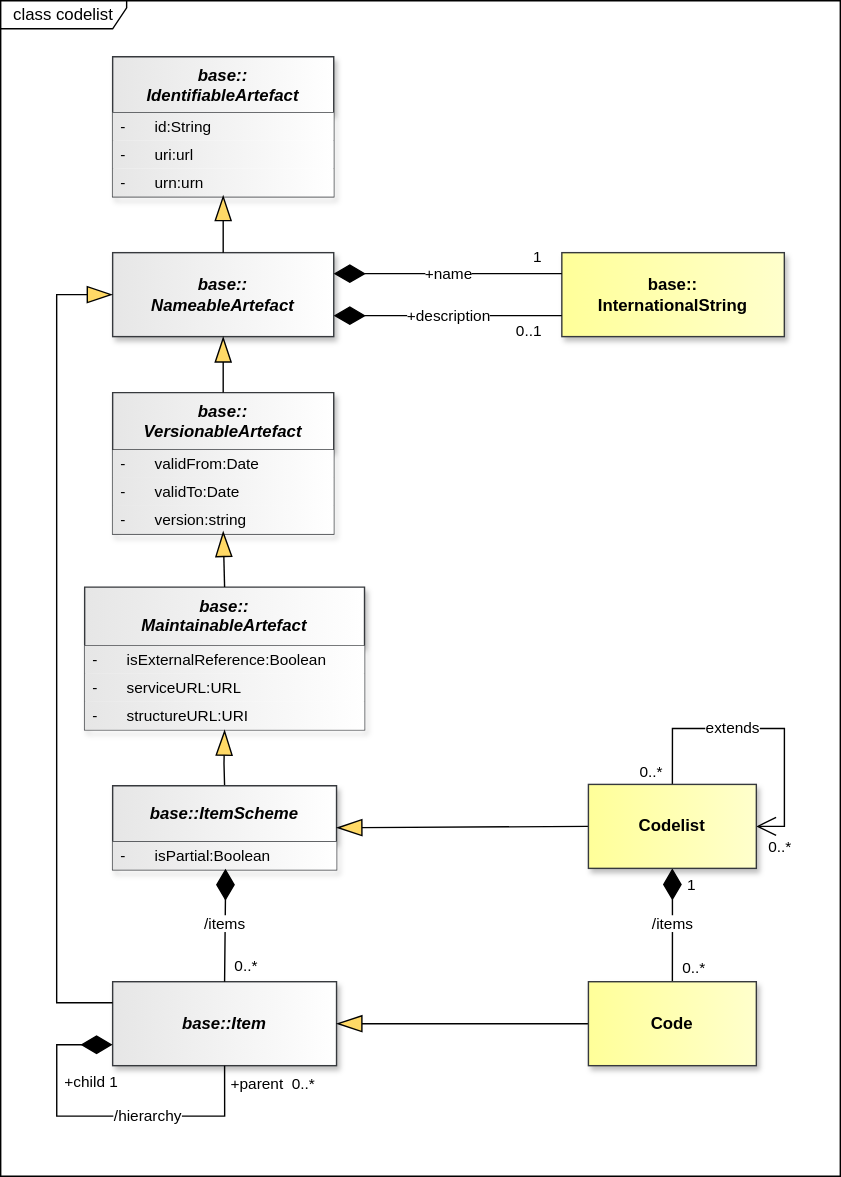
This is docs/information_model/media/sdmx_codelist-codelist.svg from dosse/sdmx-im, a draw.io export, as it was before one commit. Source tidied: cells renumbered, new cells last; positions are measured from the earlier drawing's top-left corner, leaving out a move shared by most shapes.
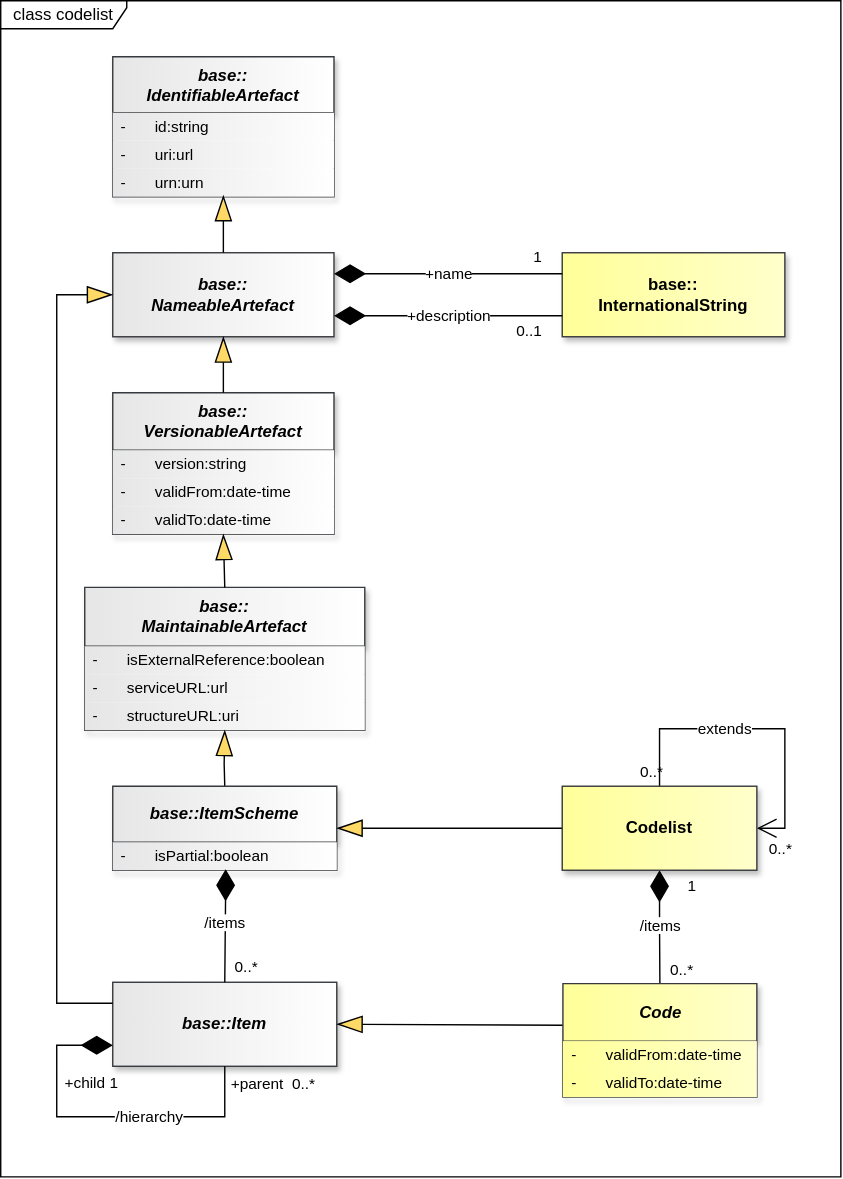
After the change.

Commit message:
https://github.com/sdmx-twg/sdmx-im/issues/40

The edit, as a diff of the source:
```diff
@@ -65,7 +65,7 @@
     <mxCell id="22" value="base::&lt;br&gt;IdentifiableArtefact" style="swimlane;fontStyle=3;align=center;verticalAlign=top;horizontal=1;startSize=40;whiteSpace=wrap;html=1;strokeColor=#36393d;fontFamily=Helvetica;fontSize=12;fillColor=light-dark(#E6E6E6,#E6E6E6);gradientDirection=east;gradientColor=light-dark(#FFFFFF,#FFFFFF);fontColor=light-dark(#000000,#000000);shadow=1;" parent="1" vertex="1">
       <mxGeometry x="80" y="40" width="158" height="100" as="geometry" />
     </mxCell>
-    <mxCell id="23" value="-&lt;span style=&quot;white-space: pre;&quot;&gt;&#9;&lt;/span&gt;id:String" style="text;strokeColor=none;fillColor=light-dark(#E6E6E6,#E6E6E6);align=left;verticalAlign=middle;spacingLeft=4;spacingRight=4;overflow=hidden;whiteSpace=wrap;html=1;fontFamily=Helvetica;fontSize=11;fontColor=light-dark(#000000,#000000);fontStyle=0;gradientColor=light-dark(#FFFFFF,#FFFFFF);gradientDirection=east;" parent="22" vertex="1">
+    <mxCell id="23" value="-&lt;span style=&quot;white-space: pre;&quot;&gt;&#9;&lt;/span&gt;id:string" style="text;strokeColor=none;fillColor=light-dark(#E6E6E6,#E6E6E6);align=left;verticalAlign=middle;spacingLeft=4;spacingRight=4;overflow=hidden;whiteSpace=wrap;html=1;fontFamily=Helvetica;fontSize=11;fontColor=light-dark(#000000,#000000);fontStyle=0;gradientColor=light-dark(#FFFFFF,#FFFFFF);gradientDirection=east;" parent="22" vertex="1">
       <mxGeometry y="40" width="158" height="20" as="geometry" />
     </mxCell>
     <mxCell id="24" value="-&lt;span style=&quot;white-space: pre;&quot;&gt;&#9;&lt;/span&gt;uri:url" style="text;strokeColor=none;fillColor=light-dark(#E6E6E6,#E6E6E6);align=left;verticalAlign=middle;spacingLeft=4;spacingRight=4;overflow=hidden;whiteSpace=wrap;html=1;fontFamily=Helvetica;fontSize=11;fontColor=light-dark(#000000,#000000);fontStyle=0;gradientColor=light-dark(#FFFFFF,#FFFFFF);gradientDirection=east;" parent="22" vertex="1">
@@ -86,15 +86,15 @@
     <mxCell id="29" value="base::&lt;br&gt;VersionableArtefact" style="swimlane;fontStyle=3;align=center;verticalAlign=top;horizontal=1;startSize=41;whiteSpace=wrap;html=1;strokeColor=#36393d;fontFamily=Helvetica;fontSize=12;fillColor=light-dark(#E6E6E6,#E6E6E6);gradientDirection=east;gradientColor=light-dark(#FFFFFF,#FFFFFF);fontColor=light-dark(#000000,#000000);shadow=1;" parent="1" vertex="1">
       <mxGeometry x="80" y="280" width="158" height="101" as="geometry" />
     </mxCell>
+    <mxCell id="32" value="-&lt;span style=&quot;white-space: pre;&quot;&gt;&#9;&lt;/span&gt;version:string" style="text;strokeColor=none;fillColor=light-dark(#E6E6E6,#E6E6E6);align=left;verticalAlign=middle;spacingLeft=4;spacingRight=4;overflow=hidden;points=[[0,0.5],[1,0.5]];portConstraint=eastwest;whiteSpace=wrap;html=1;fontFamily=Helvetica;fontSize=11;fontColor=light-dark(#000000,#000000);fontStyle=0;gradientColor=light-dark(#FFFFFF,#FFFFFF);gradientDirection=east;" parent="29" vertex="1">
+      <mxGeometry y="41" width="158" height="20" as="geometry" />
+    </mxCell>
-    <mxCell id="30" value="-&lt;span style=&quot;white-space: pre;&quot;&gt;&#9;&lt;/span&gt;validFrom:Date" style="text;strokeColor=none;fillColor=light-dark(#E6E6E6,#E6E6E6);align=left;verticalAlign=middle;spacingLeft=4;spacingRight=4;overflow=hidden;whiteSpace=wrap;html=1;fontFamily=Helvetica;fontSize=11;fontColor=light-dark(#000000,#000000);fontStyle=0;gradientColor=light-dark(#FFFFFF,#FFFFFF);gradientDirection=east;" parent="29" vertex="1">
-      <mxGeometry y="41" width="158" height="20" as="geometry" />
+    <mxCell id="30" value="-&lt;span style=&quot;white-space: pre;&quot;&gt;&#9;&lt;/span&gt;validFrom:date-time" style="text;strokeColor=none;fillColor=light-dark(#E6E6E6,#E6E6E6);align=left;verticalAlign=middle;spacingLeft=4;spacingRight=4;overflow=hidden;whiteSpace=wrap;html=1;fontFamily=Helvetica;fontSize=11;fontColor=light-dark(#000000,#000000);fontStyle=0;gradientColor=light-dark(#FFFFFF,#FFFFFF);gradientDirection=east;" parent="29" vertex="1">
+      <mxGeometry y="61" width="158" height="20" as="geometry" />
     </mxCell>
-    <mxCell id="31" value="-&lt;span style=&quot;white-space: pre;&quot;&gt;&#9;&lt;/span&gt;validTo:Date" style="text;strokeColor=none;fillColor=light-dark(#E6E6E6,#E6E6E6);align=left;verticalAlign=middle;spacingLeft=4;spacingRight=4;overflow=hidden;whiteSpace=wrap;html=1;fontFamily=Helvetica;fontSize=11;fontColor=light-dark(#000000,#000000);fontStyle=0;gradientColor=light-dark(#FFFFFF,#FFFFFF);gradientDirection=east;" parent="29" vertex="1">
-      <mxGeometry y="61" width="158" height="20" as="geometry" />
+    <mxCell id="31" value="-&lt;span style=&quot;white-space: pre;&quot;&gt;&#9;&lt;/span&gt;validTo:date-time" style="text;strokeColor=none;fillColor=light-dark(#E6E6E6,#E6E6E6);align=left;verticalAlign=middle;spacingLeft=4;spacingRight=4;overflow=hidden;whiteSpace=wrap;html=1;fontFamily=Helvetica;fontSize=11;fontColor=light-dark(#000000,#000000);fontStyle=0;gradientColor=light-dark(#FFFFFF,#FFFFFF);gradientDirection=east;" parent="29" vertex="1">
+      <mxGeometry y="81" width="158" height="20" as="geometry" />
     </mxCell>
-    <mxCell id="32" value="-&lt;span style=&quot;white-space: pre;&quot;&gt;&#9;&lt;/span&gt;version:string" style="text;strokeColor=none;fillColor=light-dark(#E6E6E6,#E6E6E6);align=left;verticalAlign=middle;spacingLeft=4;spacingRight=4;overflow=hidden;points=[[0,0.5],[1,0.5]];portConstraint=eastwest;whiteSpace=wrap;html=1;fontFamily=Helvetica;fontSize=11;fontColor=light-dark(#000000,#000000);fontStyle=0;gradientColor=light-dark(#FFFFFF,#FFFFFF);gradientDirection=east;" parent="29" vertex="1">
-      <mxGeometry y="81" width="158" height="20" as="geometry" />
-    </mxCell>
     <mxCell id="33" style="endArrow=blockThin;endSize=16;endFill=1;html=1;rounded=0;entryX=0.5;entryY=1;entryDx=0;entryDy=0;exitX=0.5;exitY=0;exitDx=0;exitDy=0;startFill=0;endFillColor=light-dark(#FFD966,#FFD966);strokeColor=light-dark(#000000,#FFFFFF);startFillColor=light-dark(#000000,#FFFFFF);labelBackgroundColor=none;labelBorderColor=light-dark(#000000,#FFFFFF);" parent="1" edge="1" source="29" target="27">
       <mxGeometry relative="1" as="geometry" />
     </mxCell>
@@ -112,16 +112,16 @@
     <mxCell id="37" value="base::&lt;br&gt;MaintainableArtefact" style="swimlane;fontStyle=3;align=center;verticalAlign=top;horizontal=1;startSize=42;whiteSpace=wrap;html=1;strokeColor=#36393d;fontFamily=Helvetica;fontSize=12;fillColor=light-dark(#E6E6E6,#E6E6E6);gradientDirection=east;gradientColor=light-dark(#FFFFFF,#FFFFFF);fontColor=light-dark(#000000,#000000);shadow=1;" parent="1" vertex="1">
       <mxGeometry x="60" y="419" width="200" height="102" as="geometry" />
     </mxCell>
-    <mxCell id="38" value="-&lt;span style=&quot;white-space: pre;&quot;&gt;&#9;&lt;/span&gt;isExternalReference:Boolean" style="text;strokeColor=none;fillColor=light-dark(#E6E6E6,#E6E6E6);align=left;verticalAlign=middle;spacingLeft=4;spacingRight=4;overflow=hidden;whiteSpace=wrap;html=1;fontFamily=Helvetica;fontSize=11;fontColor=light-dark(#000000,#000000);fontStyle=0;gradientColor=light-dark(#FFFFFF,#FFFFFF);gradientDirection=east;" parent="37" vertex="1">
+    <mxCell id="38" value="-&lt;span style=&quot;white-space: pre;&quot;&gt;&#9;&lt;/span&gt;isExternalReference:boolean" style="text;strokeColor=none;fillColor=light-dark(#E6E6E6,#E6E6E6);align=left;verticalAlign=middle;spacingLeft=4;spacingRight=4;overflow=hidden;whiteSpace=wrap;html=1;fontFamily=Helvetica;fontSize=11;fontColor=light-dark(#000000,#000000);fontStyle=0;gradientColor=light-dark(#FFFFFF,#FFFFFF);gradientDirection=east;" parent="37" vertex="1">
       <mxGeometry y="42" width="200" height="20" as="geometry" />
     </mxCell>
-    <mxCell id="39" value="-&lt;span style=&quot;white-space: pre;&quot;&gt;&#9;&lt;/span&gt;serviceURL:URL" style="text;strokeColor=none;fillColor=light-dark(#E6E6E6,#E6E6E6);align=left;verticalAlign=middle;spacingLeft=4;spacingRight=4;overflow=hidden;whiteSpace=wrap;html=1;fontFamily=Helvetica;fontSize=11;fontColor=light-dark(#000000,#000000);fontStyle=0;gradientColor=light-dark(#FFFFFF,#FFFFFF);gradientDirection=east;" parent="37" vertex="1">
+    <mxCell id="39" value="-&lt;span style=&quot;white-space: pre;&quot;&gt;&#9;&lt;/span&gt;serviceURL:url" style="text;strokeColor=none;fillColor=light-dark(#E6E6E6,#E6E6E6);align=left;verticalAlign=middle;spacingLeft=4;spacingRight=4;overflow=hidden;whiteSpace=wrap;html=1;fontFamily=Helvetica;fontSize=11;fontColor=light-dark(#000000,#000000);fontStyle=0;gradientColor=light-dark(#FFFFFF,#FFFFFF);gradientDirection=east;" parent="37" vertex="1">
       <mxGeometry y="62" width="200" height="20" as="geometry" />
     </mxCell>
-    <mxCell id="40" value="-&lt;span style=&quot;white-space: pre;&quot;&gt;&#9;&lt;/span&gt;structureURL:URI" style="text;strokeColor=none;fillColor=light-dark(#E6E6E6,#E6E6E6);align=left;verticalAlign=middle;spacingLeft=4;spacingRight=4;overflow=hidden;whiteSpace=wrap;html=1;fontFamily=Helvetica;fontSize=11;fontColor=light-dark(#000000,#000000);fontStyle=0;gradientColor=light-dark(#FFFFFF,#FFFFFF);gradientDirection=east;" parent="37" vertex="1">
+    <mxCell id="40" value="-&lt;span style=&quot;white-space: pre;&quot;&gt;&#9;&lt;/span&gt;structureURL:uri" style="text;strokeColor=none;fillColor=light-dark(#E6E6E6,#E6E6E6);align=left;verticalAlign=middle;spacingLeft=4;spacingRight=4;overflow=hidden;whiteSpace=wrap;html=1;fontFamily=Helvetica;fontSize=11;fontColor=light-dark(#000000,#000000);fontStyle=0;gradientColor=light-dark(#FFFFFF,#FFFFFF);gradientDirection=east;" parent="37" vertex="1">
       <mxGeometry y="82" width="200" height="20" as="geometry" />
     </mxCell>
-    <mxCell id="41" style="endArrow=blockThin;endSize=16;endFill=1;html=1;rounded=0;entryX=0.5;entryY=0.9;entryDx=0;entryDy=0;exitX=0.5;exitY=0;exitDx=0;exitDy=0;startFill=0;endFillColor=light-dark(#FFD966,#FFD966);strokeColor=light-dark(#000000,#FFFFFF);startFillColor=light-dark(#000000,#FFFFFF);labelBackgroundColor=none;labelBorderColor=light-dark(#000000,#FFFFFF);entryPerimeter=0;" parent="1" edge="1" source="37" target="32">
+    <mxCell id="41" style="endArrow=blockThin;endSize=16;endFill=1;html=1;rounded=0;exitX=0.5;exitY=0;exitDx=0;exitDy=0;startFill=0;endFillColor=light-dark(#FFD966,#FFD966);strokeColor=light-dark(#000000,#FFFFFF);startFillColor=light-dark(#000000,#FFFFFF);labelBackgroundColor=none;labelBorderColor=light-dark(#000000,#FFFFFF);entryX=0.5;entryY=1;entryDx=0;entryDy=0;" parent="1" edge="1" source="37" target="29">
       <mxGeometry relative="1" as="geometry" />
     </mxCell>
     <mxCell id="42" style="endArrow=blockThin;endSize=16;endFill=1;html=1;rounded=0;exitX=0.5;exitY=0;exitDx=0;exitDy=0;startFill=0;endFillColor=light-dark(#FFD966,#FFD966);strokeColor=light-dark(#000000,#FFFFFF);startFillColor=light-dark(#000000,#FFFFFF);labelBackgroundColor=none;labelBorderColor=light-dark(#000000,#FFFFFF);entryX=0.5;entryY=1;entryDx=0;entryDy=0;" parent="1" edge="1" source="49" target="37">
@@ -156,8 +156,8 @@
     <mxCell id="47" value="&lt;font style=&quot;color: light-dark(rgb(0, 0, 0), rgb(255, 255, 255)); background-color: light-dark(rgb(255, 255, 255), rgb(0, 0, 0));&quot;&gt;/items&lt;/font&gt;" style="endArrow=none;html=1;endSize=12;startArrow=diamondThin;startSize=20;startFill=1;edgeStyle=orthogonalEdgeStyle;rounded=0;endFill=0;strokeColor=light-dark(#000000,#FFFFFF);fontColor=light-dark(#000000,#FFFFFF);labelBackgroundColor=none;exitX=0.5;exitY=1;exitDx=0;exitDy=0;entryX=0.5;entryY=0;entryDx=0;entryDy=0;" parent="1" edge="1" source="61" target="59">
       <mxGeometry x="-0.01" relative="1" as="geometry">
         <Array as="points">
-          <mxPoint x="480" y="660" />
-          <mxPoint x="480" y="660" />
+          <mxPoint x="471" y="660" />
+          <mxPoint x="470" y="702" />
         </Array>
       </mxGeometry>
     </mxCell>
@@ -169,13 +169,13 @@
     <mxCell id="49" value="base::ItemScheme" style="swimlane;fontStyle=3;align=center;verticalAlign=middle;horizontal=1;startSize=40;whiteSpace=wrap;html=1;strokeColor=#36393d;fontFamily=Helvetica;fontSize=12;fillColor=light-dark(#E6E6E6,#E6E6E6);gradientDirection=east;gradientColor=light-dark(#FFFFFF,#FFFFFF);fontColor=light-dark(#000000,#000000);shadow=1;" parent="1" vertex="1">
       <mxGeometry x="80" y="561" width="160" height="60" as="geometry" />
     </mxCell>
-    <mxCell id="50" value="-&lt;span style=&quot;white-space: pre;&quot;&gt;&#9;&lt;/span&gt;isPartial:Boolean" style="text;strokeColor=none;fillColor=light-dark(#E6E6E6,#E6E6E6);align=left;verticalAlign=middle;spacingLeft=4;spacingRight=4;overflow=hidden;points=[[0,0.5],[1,0.5]];portConstraint=eastwest;whiteSpace=wrap;html=1;fontFamily=Helvetica;fontSize=11;fontColor=light-dark(#000000,#000000);fontStyle=0;gradientColor=light-dark(#FFFFFF,#FFFFFF);gradientDirection=east;" parent="49" vertex="1">
+    <mxCell id="50" value="-&lt;span style=&quot;white-space: pre;&quot;&gt;&#9;&lt;/span&gt;isPartial:boolean" style="text;strokeColor=none;fillColor=light-dark(#E6E6E6,#E6E6E6);align=left;verticalAlign=middle;spacingLeft=4;spacingRight=4;overflow=hidden;points=[[0,0.5],[1,0.5]];portConstraint=eastwest;whiteSpace=wrap;html=1;fontFamily=Helvetica;fontSize=11;fontColor=light-dark(#000000,#000000);fontStyle=0;gradientColor=light-dark(#FFFFFF,#FFFFFF);gradientDirection=east;" parent="49" vertex="1">
       <mxGeometry y="40" width="160" height="20" as="geometry" />
     </mxCell>
     <mxCell id="51" style="endArrow=blockThin;endSize=16;endFill=1;html=1;rounded=0;exitX=0;exitY=0.5;exitDx=0;exitDy=0;startFill=0;endFillColor=light-dark(#FFD966,#FFD966);strokeColor=light-dark(#000000,#FFFFFF);startFillColor=light-dark(#000000,#FFFFFF);labelBackgroundColor=none;labelBorderColor=light-dark(#000000,#FFFFFF);entryX=1;entryY=0.5;entryDx=0;entryDy=0;" parent="1" edge="1" source="61" target="49">
       <mxGeometry relative="1" as="geometry" />
     </mxCell>
-    <mxCell id="52" style="endArrow=blockThin;endSize=16;endFill=1;html=1;rounded=0;exitX=0;exitY=0.5;exitDx=0;exitDy=0;startFill=0;endFillColor=light-dark(#FFD966,#FFD966);strokeColor=light-dark(#000000,#FFFFFF);startFillColor=light-dark(#000000,#FFFFFF);labelBackgroundColor=none;labelBorderColor=light-dark(#000000,#FFFFFF);entryX=1;entryY=0.5;entryDx=0;entryDy=0;" parent="1" edge="1" source="59" target="43">
+    <mxCell id="52" style="endArrow=blockThin;endSize=16;endFill=1;html=1;rounded=0;exitX=0.001;exitY=0.366;exitDx=0;exitDy=0;startFill=0;endFillColor=light-dark(#FFD966,#FFD966);strokeColor=light-dark(#000000,#FFFFFF);startFillColor=light-dark(#000000,#FFFFFF);labelBackgroundColor=none;labelBorderColor=light-dark(#000000,#FFFFFF);entryX=1;entryY=0.5;entryDx=0;entryDy=0;exitPerimeter=0;" parent="1" edge="1" source="59" target="43">
       <mxGeometry relative="1" as="geometry" />
     </mxCell>
     <mxCell id="53" value="&lt;span style=&quot;background-color: rgb(255, 255, 255);&quot;&gt;extends&lt;/span&gt;" style="endArrow=open;html=1;endSize=12;startArrow=none;startSize=20;startFill=0;edgeStyle=orthogonalEdgeStyle;rounded=0;endFill=0;strokeColor=light-dark(#000000,#FFFFFF);fontColor=light-dark(#000000,#FFFFFF);labelBackgroundColor=none;exitX=0.5;exitY=0;exitDx=0;exitDy=0;entryX=1;entryY=0.5;entryDx=0;entryDy=0;" parent="1" edge="1" source="61" target="61">
@@ -210,9 +210,6 @@
         <mxPoint x="24" y="-24" as="offset" />
       </mxGeometry>
     </mxCell>
-    <mxCell id="59" value="&lt;span&gt;&lt;span&gt;Code&lt;/span&gt;&lt;/span&gt;" style="whiteSpace=wrap;html=1;verticalAlign=middle;gradientDirection=east;imageVerticalAlign=top;fontStyle=1;fillColor=light-dark(#FFFF99,#FFFF99);strokeColor=#36393d;fontColor=light-dark(#000000,#000000);gradientColor=light-dark(#FFFFCC,#FFFFCC);shadow=1;" parent="1" vertex="1">
-      <mxGeometry x="420" y="701" width="120" height="60" as="geometry" />
-    </mxCell>
     <mxCell id="60" style="endArrow=blockThin;endSize=16;endFill=1;html=1;rounded=0;exitX=0;exitY=0.25;exitDx=0;exitDy=0;startFill=0;endFillColor=light-dark(#FFD966,#FFD966);strokeColor=light-dark(#000000,#FFFFFF);startFillColor=light-dark(#000000,#FFFFFF);labelBackgroundColor=none;labelBorderColor=light-dark(#000000,#FFFFFF);entryX=0;entryY=0.5;entryDx=0;entryDy=0;" parent="1" edge="1" source="43" target="27">
       <mxGeometry relative="1" as="geometry">
         <Array as="points">
@@ -222,10 +219,19 @@
       </mxGeometry>
     </mxCell>
     <mxCell id="61" value="&lt;span&gt;&lt;span&gt;Codelist&lt;/span&gt;&lt;/span&gt;" style="whiteSpace=wrap;html=1;verticalAlign=middle;gradientDirection=east;imageVerticalAlign=top;fontStyle=1;fillColor=light-dark(#FFFF99,#FFFF99);strokeColor=#36393d;fontColor=light-dark(#000000,#000000);gradientColor=light-dark(#FFFFCC,#FFFFCC);shadow=1;" parent="1" vertex="1">
-      <mxGeometry x="420" y="560" width="120" height="60" as="geometry" />
+      <mxGeometry x="401" y="561" width="139" height="60" as="geometry" />
     </mxCell>
     <mxCell id="62" value="0..1" style="edgeLabel;html=1;align=right;verticalAlign=top;labelBackgroundColor=none;fontColor=light-dark(#000000,#FFFFFF);" parent="1" vertex="1">
       <mxGeometry x="387" y="223" as="geometry" />
     </mxCell>
+    <mxCell id="59" value="Code" style="swimlane;fontStyle=3;align=center;verticalAlign=middle;horizontal=1;startSize=41;whiteSpace=wrap;html=1;strokeColor=#36393d;fontFamily=Helvetica;fontSize=12;fillColor=light-dark(#FFFF99,#FFFF99);gradientDirection=east;gradientColor=light-dark(#FFFFCC,#FFFFCC);fontColor=light-dark(#000000,#000000);shadow=1;" parent="1" vertex="1">
+      <mxGeometry x="401.5" y="702" width="138.5" height="81" as="geometry" />
+    </mxCell>
+    <mxCell id="63" value="-&lt;span style=&quot;white-space: pre;&quot;&gt;&#9;&lt;/span&gt;validFrom:date-time" style="text;strokeColor=none;fillColor=light-dark(#FFFF99,#FFFF99);align=left;verticalAlign=middle;spacingLeft=4;spacingRight=4;overflow=hidden;whiteSpace=wrap;html=1;fontFamily=Helvetica;fontSize=11;fontColor=light-dark(#000000,#000000);fontStyle=0;gradientColor=light-dark(#FFFFCC,#FFFFCC);gradientDirection=east;" parent="59" vertex="1">
+      <mxGeometry y="41" width="138.5" height="20" as="geometry" />
+    </mxCell>
+    <mxCell id="64" value="-&lt;span style=&quot;white-space: pre;&quot;&gt;&#9;&lt;/span&gt;validTo:date-time" style="text;strokeColor=none;fillColor=light-dark(#FFFF99,#FFFF99);align=left;verticalAlign=middle;spacingLeft=4;spacingRight=4;overflow=hidden;whiteSpace=wrap;html=1;fontFamily=Helvetica;fontSize=11;fontColor=light-dark(#000000,#000000);fontStyle=0;gradientColor=light-dark(#FFFFCC,#FFFFCC);gradientDirection=east;" parent="59" vertex="1">
+      <mxGeometry y="61" width="138.5" height="20" as="geometry" />
+    </mxCell>
   </root>
 </mxGraphModel>
```
